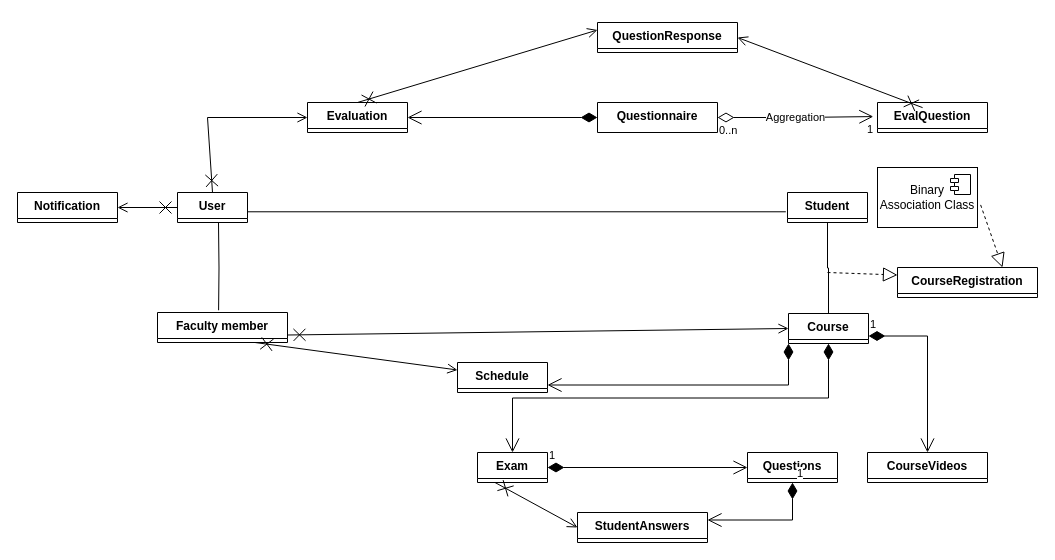
Before: Diagrams/IntialClassDiagramBasic.drawio in Youssefmohamed430/Learning-Management-System, a draw.io diagram. Source tidied: cells renumbered, new cells numbered last; positions are measured from the earlier drawing's top-left corner, leaving out a move shared by most shapes. Both pictures are drawn from the tidied source at 100%, with x=0, y=0 at pixel (17, 22).
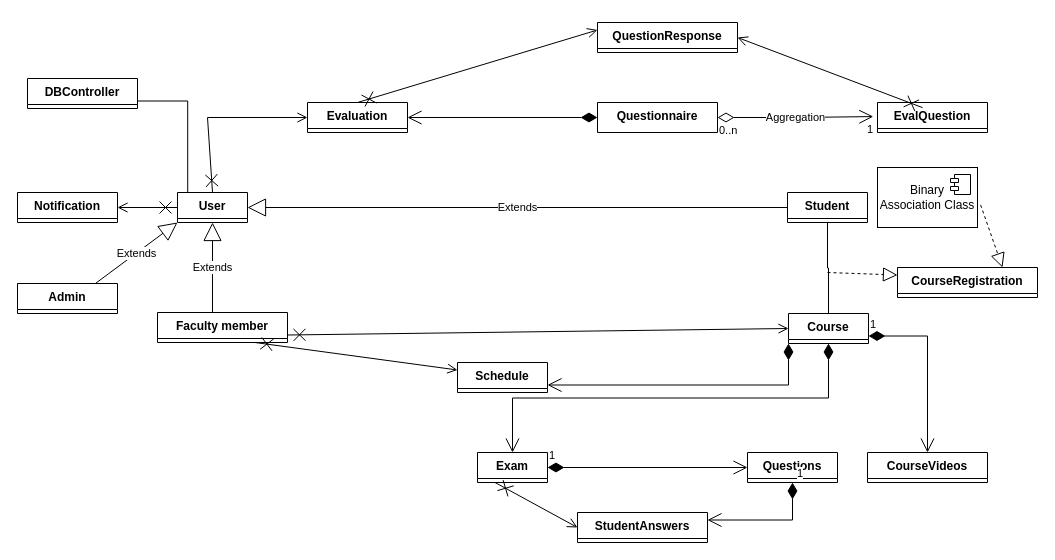
After the change.

Unchanged cells that the change refers to:
```xml
<mxCell id="2" value="User" style="swimlane;fontStyle=1;align=center;verticalAlign=top;horizontal=1;startSize=26;whiteSpace=wrap;html=1;" parent="1" vertex="1" collapsed="1">
  <mxGeometry x="160" y="170" width="70" height="30" as="geometry" />
</mxCell>
<mxCell id="3" value="Student" style="swimlane;fontStyle=1;align=center;verticalAlign=top;horizontal=1;startSize=26;whiteSpace=wrap;html=1;" parent="1" vertex="1" collapsed="1">
  <mxGeometry x="770" y="170" width="80" height="30" as="geometry" />
</mxCell>
<mxCell id="4" value="Faculty member" style="swimlane;fontStyle=1;align=center;verticalAlign=top;horizontal=1;startSize=26;whiteSpace=wrap;html=1;" parent="1" vertex="1" collapsed="1">
  <mxGeometry x="140" y="290" width="130" height="30" as="geometry" />
</mxCell>
```

Diff of the diagram source:
```diff
@@
-    <mxCell id="17" style="endArrow=none;html=1;edgeStyle=orthogonalEdgeStyle;rounded=0;entryX=-0.021;entryY=0.643;entryDx=0;entryDy=0;entryPerimeter=0;exitX=1.001;exitY=0.643;exitDx=0;exitDy=0;exitPerimeter=0;" parent="1" edge="1" source="2" target="3">
-      <mxGeometry relative="1" as="geometry" />
-    </mxCell>
-    <mxCell id="18" style="endArrow=none;html=1;edgeStyle=orthogonalEdgeStyle;rounded=0;entryX=0.47;entryY=-0.075;entryDx=0;entryDy=0;entryPerimeter=0;" parent="1" edge="1" target="4">
-      <mxGeometry relative="1" as="geometry">
-        <mxPoint x="201" y="200" as="sourcePoint" />
-      </mxGeometry>
-    </mxCell>
@@
+    <mxCell id="40" value="Extends" style="endArrow=block;endSize=16;endFill=0;html=1;rounded=0;entryX=1;entryY=0.5;entryDx=0;entryDy=0;exitX=0;exitY=0.5;exitDx=0;exitDy=0;" parent="1" edge="1" source="3" target="2">
+      <mxGeometry relative="1" as="geometry" />
+    </mxCell>
+    <mxCell id="41" value="Extends" style="endArrow=block;endSize=16;endFill=0;html=1;rounded=0;entryX=0.5;entryY=1;entryDx=0;entryDy=0;exitX=0.423;exitY=0.012;exitDx=0;exitDy=0;exitPerimeter=0;" parent="1" edge="1" source="4" target="2">
+      <mxGeometry relative="1" as="geometry" />
+    </mxCell>
+    <mxCell id="42" value="Admin" style="swimlane;fontStyle=1;align=center;verticalAlign=top;horizontal=1;startSize=26;whiteSpace=wrap;html=1;" parent="1" vertex="1" collapsed="1">
+      <mxGeometry y="261" width="100" height="30" as="geometry" />
+    </mxCell>
+    <mxCell id="43" value="Extends" style="endArrow=block;endSize=16;endFill=0;html=1;rounded=0;entryX=0;entryY=1;entryDx=0;entryDy=0;exitX=0.78;exitY=-0.002;exitDx=0;exitDy=0;exitPerimeter=0;" parent="1" edge="1" source="42" target="2">
+      <mxGeometry relative="1" as="geometry" />
+    </mxCell>
+    <mxCell id="44" value="DBController" style="swimlane;fontStyle=1;align=center;verticalAlign=top;horizontal=1;startSize=26;whiteSpace=wrap;html=1;" parent="1" vertex="1" collapsed="1">
+      <mxGeometry x="10" y="56" width="110" height="30" as="geometry" />
+    </mxCell>
+    <mxCell id="45" style="endArrow=none;html=1;edgeStyle=orthogonalEdgeStyle;rounded=0;exitX=1;exitY=0.75;exitDx=0;exitDy=0;entryX=0.146;entryY=0.004;entryDx=0;entryDy=0;entryPerimeter=0;" parent="1" edge="1" source="44" target="2">
+      <mxGeometry relative="1" as="geometry" />
+    </mxCell>
```
